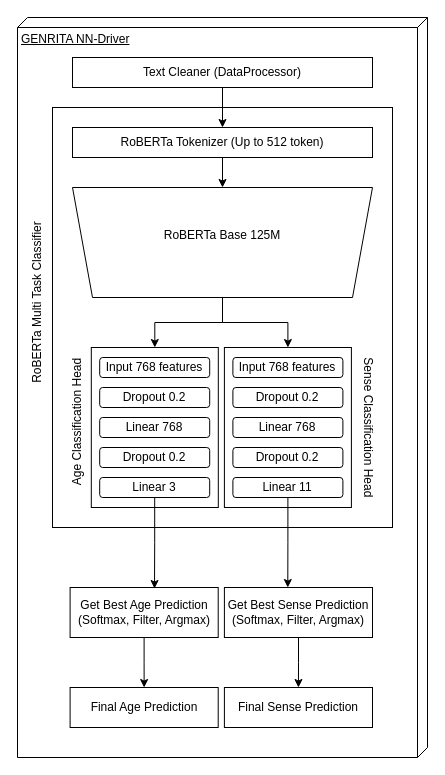
Above: diagram/Drivers/GENRITA NN-Driver.drawio in Arsemi4699/GENRITA (draw.io), before the change. Source tidied: cells renumbered, new cells numbered last; positions are measured from the earlier drawing's top-left corner, leaving out a move shared by most shapes. Both pictures are drawn from the tidied source at 100%, with x=0, y=0 at pixel (-58, 17).
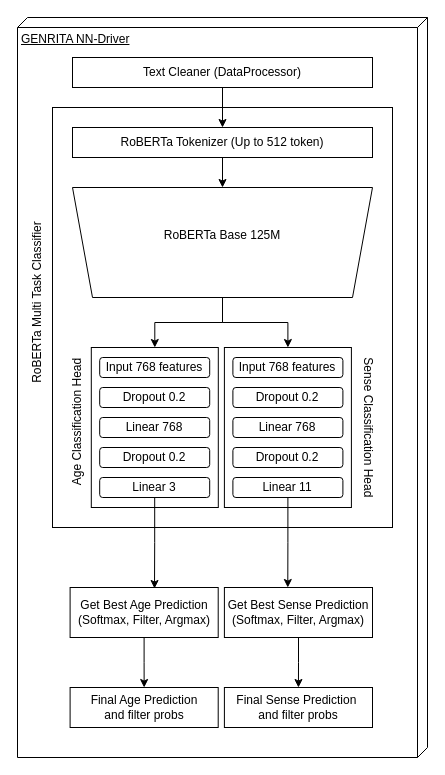
The same diagram, later.

Change to the diagram source:
```diff
@@
-    <mxCell id="10" value="&lt;span class=&quot;selected&quot;&gt;Final Sense&lt;/span&gt;&lt;span style=&quot;background-color: transparent; color: light-dark(rgb(0, 0, 0), rgb(255, 255, 255));&quot;&gt;&amp;nbsp;Prediction&lt;/span&gt;" style="html=1;whiteSpace=wrap;" parent="1" vertex="1">
+    <mxCell id="10" value="&lt;span class=&quot;selected&quot;&gt;Final Sense&lt;/span&gt;&lt;span style=&quot;background-color: transparent; color: light-dark(rgb(0, 0, 0), rgb(255, 255, 255));&quot;&gt;&amp;nbsp;Prediction&amp;nbsp;&lt;/span&gt;&lt;div&gt;and filter probs&lt;/div&gt;" style="html=1;whiteSpace=wrap;" parent="1" vertex="1">
       <mxGeometry x="281.9" y="670" width="148.1" height="40" as="geometry" />
     </mxCell>
@@
-    <mxCell id="33" value="&lt;span class=&quot;selected&quot;&gt;Final Age&lt;/span&gt;&lt;span style=&quot;background-color: transparent; color: light-dark(rgb(0, 0, 0), rgb(255, 255, 255));&quot;&gt;&amp;nbsp;Prediction&lt;/span&gt;" style="html=1;whiteSpace=wrap;" parent="1" vertex="1">
+    <mxCell id="33" value="&lt;span class=&quot;selected&quot;&gt;Final Age&lt;/span&gt;&lt;span style=&quot;background-color: transparent; color: light-dark(rgb(0, 0, 0), rgb(255, 255, 255));&quot;&gt;&amp;nbsp;Prediction&lt;/span&gt;&lt;div&gt;and filter probs&lt;span style=&quot;background-color: transparent; color: light-dark(rgb(0, 0, 0), rgb(255, 255, 255));&quot;&gt;&lt;/span&gt;&lt;/div&gt;" style="html=1;whiteSpace=wrap;" parent="1" vertex="1">
       <mxGeometry x="127.6" y="670" width="148.1" height="40" as="geometry" />
     </mxCell>
```
